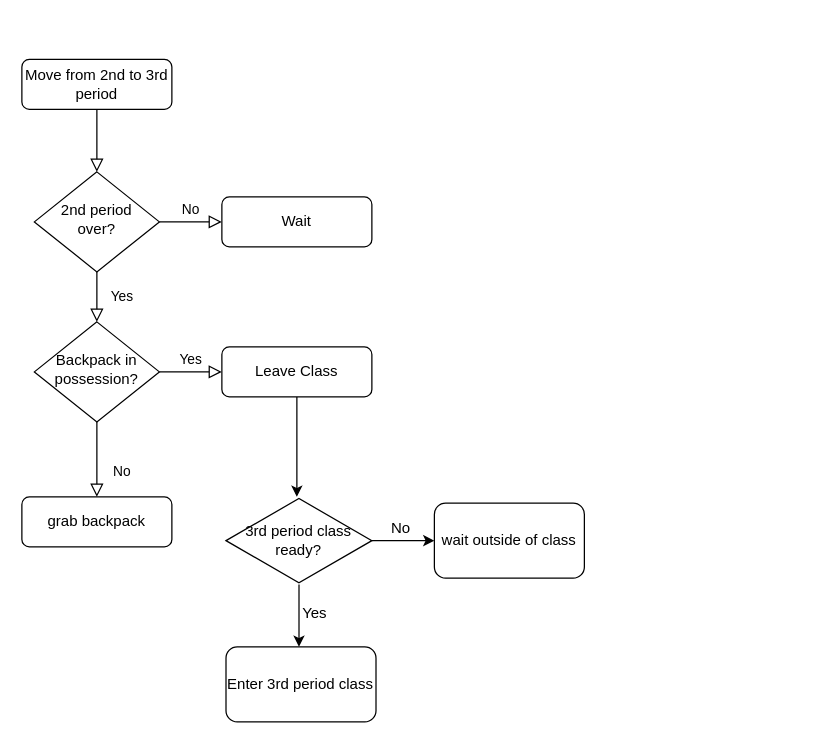
LucasWhatley24/NewportHighSchool keeps this draw.io diagram as Sample.drawio. Above is the earlier version. Source tidied: cells renumbered, new cells numbered last; positions are measured from the earlier drawing's top-left corner, leaving out a move shared by most shapes. Both pictures are drawn from the tidied source at 125%, with x=0, y=0 at pixel (21, 59).
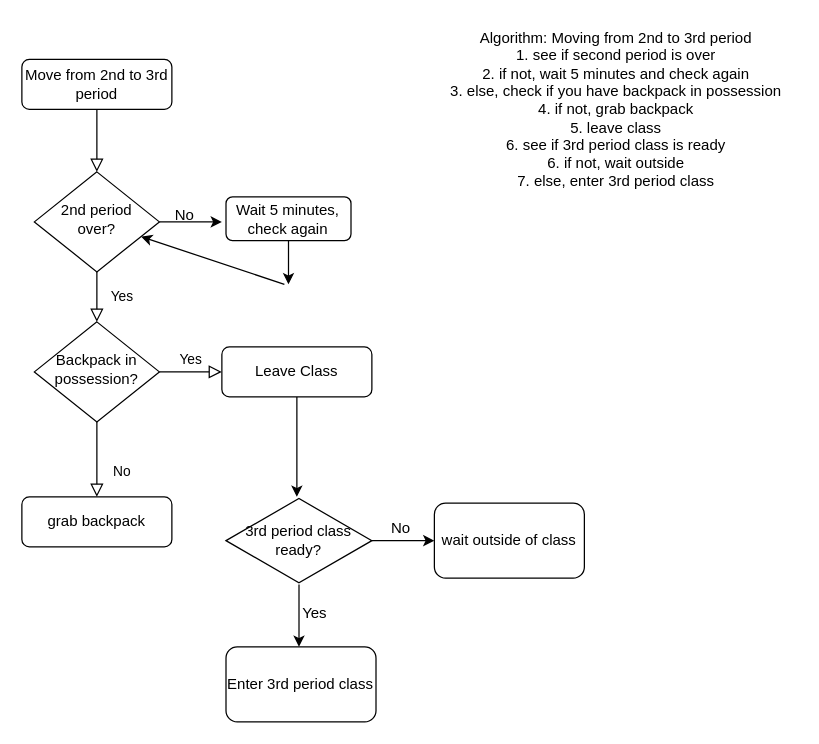
Above is the later version.

The change refers to these unchanged cells:
```xml
<mxCell id="6" value="2nd period over?" style="rhombus;whiteSpace=wrap;html=1;shadow=0;fontFamily=Helvetica;fontSize=12;align=center;strokeWidth=1;spacing=6;spacingTop=-4;" parent="1" vertex="1">
  <mxGeometry x="10" y="90" width="100" height="80" as="geometry" />
</mxCell>
```

What changed in the source:
```diff
@@
-    <mxCell id="5" value="No" style="edgeStyle=orthogonalEdgeStyle;rounded=0;html=1;jettySize=auto;fontSize=11;endArrow=block;endFill=0;endSize=8;strokeWidth=1;shadow=0;labelBackgroundColor=none;" parent="1" edge="1" source="6" target="7">
-      <mxGeometry y="10" relative="1" as="geometry" />
-    </mxCell>
+    <mxCell id="21" style="edgeStyle=orthogonalEdgeStyle;rounded=0;jettySize=auto;html=1;" parent="1" edge="1" source="6">
+      <mxGeometry relative="1" as="geometry">
+        <mxPoint x="160" y="130" as="targetPoint" />
+      </mxGeometry>
+    </mxCell>
@@
-    <mxCell id="7" value="Wait" style="rounded=1;whiteSpace=wrap;html=1;fontSize=12;glass=0;strokeWidth=1;shadow=0;" parent="1" vertex="1">
-      <mxGeometry x="160" y="110" width="120" height="40" as="geometry" />
-    </mxCell>
@@
+    <mxCell id="22" style="edgeStyle=orthogonalEdgeStyle;rounded=0;jettySize=auto;html=1;" parent="1" edge="1" source="23">
+      <mxGeometry relative="1" as="geometry">
+        <mxPoint x="213.3" y="180" as="targetPoint" />
+      </mxGeometry>
+    </mxCell>
+    <mxCell id="23" value="Wait 5 minutes, check again&lt;br&gt;" style="rounded=1;whiteSpace=wrap;html=1;" parent="1" vertex="1">
+      <mxGeometry x="163.3" y="110" width="100" height="35" as="geometry" />
+    </mxCell>
+    <mxCell id="5" value="No" style="text;html=1;align=center;verticalAlign=middle;strokeColor=none;fillColor=none;" parent="1" vertex="1">
+      <mxGeometry x="110" y="110" width="40" height="30" as="geometry" />
+    </mxCell>
+    <mxCell id="24" style="endArrow=classic;html=1;rounded=0;" parent="1" edge="1" target="6">
+      <mxGeometry relative="1" as="geometry">
+        <mxPoint x="210" y="180" as="sourcePoint" />
+      </mxGeometry>
+    </mxCell>
+    <mxCell id="25" value="Algorithm: Moving from 2nd to 3rd period&lt;br&gt;1. see if second period is over&lt;br&gt;2. if not, wait 5 minutes and check again&lt;br&gt;3. else, check if you have backpack in possession&lt;br&gt;4. if not, grab backpack&lt;br&gt;5. leave class&lt;br&gt;6. see if 3rd period class is ready&lt;br&gt;6. if not, wait outside&lt;br&gt;7. else, enter 3rd period class" style="text;html=1;align=center;verticalAlign=middle;strokeColor=none;fillColor=none;" parent="1" vertex="1">
+      <mxGeometry x="330" y="-30" width="290" height="140" as="geometry" />
+    </mxCell>
```
